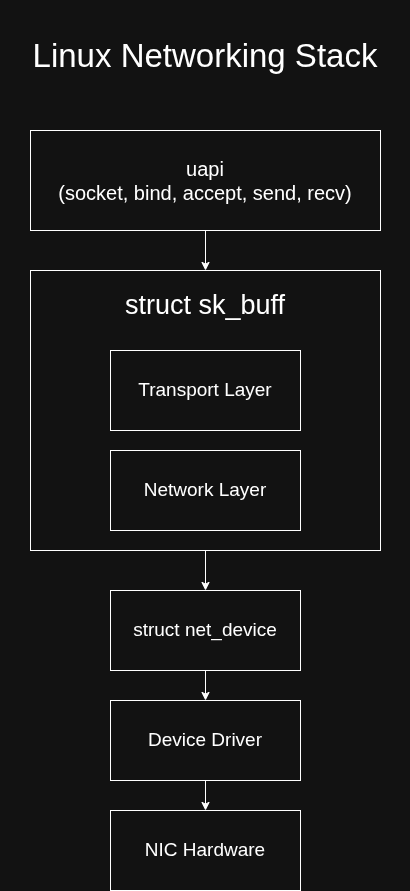
Above: images/linux-networking-stack.png in San7o/home-lab (draw.io), before the change. Source tidied: cells renumbered, new cells last; positions are measured from the earlier drawing's top-left corner, leaving out a move shared by most shapes.
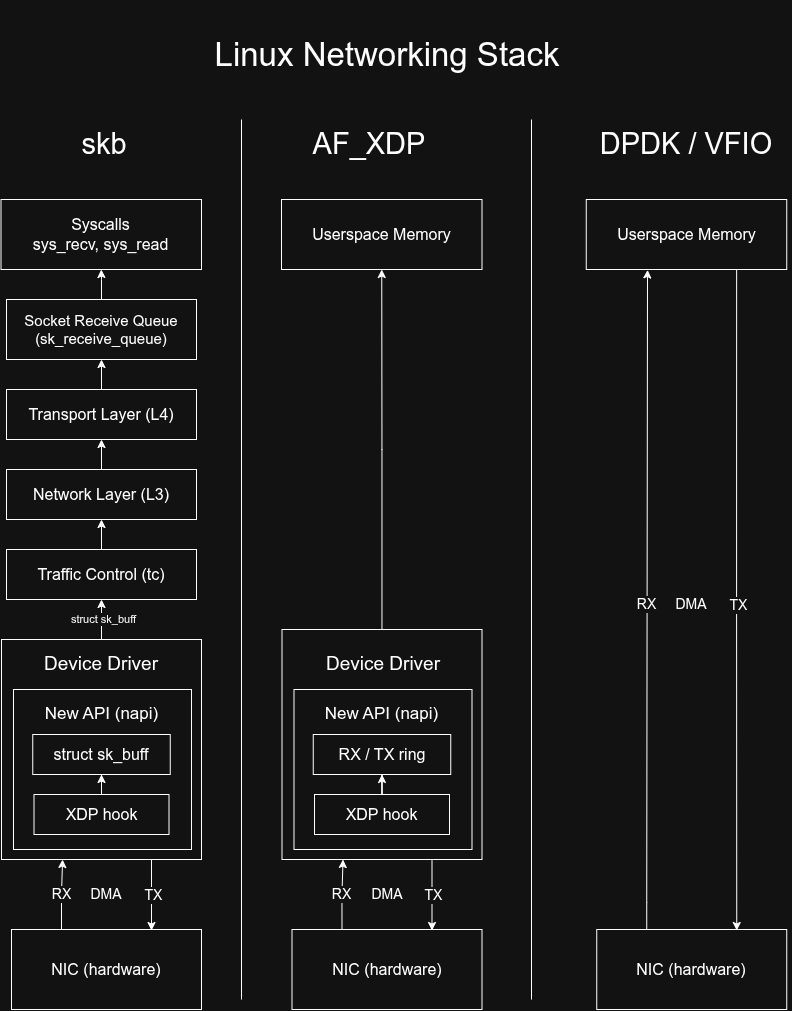
Later version of the same file.

Commit message:
images: updated linux networking stack with AF_XDP and DPDK

The edit, as a diff of the source:
```diff
@@ -3,43 +3,210 @@
     <mxCell id="0" />
     <mxCell id="1" parent="0" />
     <mxCell id="2" value="Linux Networking Stack" style="text;html=1;whiteSpace=wrap;strokeColor=none;fillColor=none;align=center;verticalAlign=middle;rounded=0;fontSize=33;" parent="1" vertex="1">
-      <mxGeometry width="410" height="110" as="geometry" />
+      <mxGeometry x="280.5" y="60" width="410" height="110" as="geometry" />
     </mxCell>
-    <mxCell id="3" style="edgeStyle=orthogonalEdgeStyle;rounded=0;jettySize=auto;html=1;entryX=0.5;entryY=0;entryDx=0;entryDy=0;" parent="1" edge="1" source="4" target="6">
-      <mxGeometry relative="1" as="geometry" />
-    </mxCell>
-    <mxCell id="4" value="&lt;font style=&quot;font-size: 20px;&quot;&gt;uapi&lt;/font&gt;&lt;div&gt;&lt;font style=&quot;font-size: 20px;&quot;&gt;(socket, bind, accept, send, recv)&lt;/font&gt;&lt;/div&gt;" style="rounded=0;whiteSpace=wrap;html=1;" parent="1" vertex="1">
-      <mxGeometry x="30" y="130" width="350" height="100" as="geometry" />
+    <mxCell id="4" value="&lt;span&gt;Syscalls&lt;br&gt;sys_recv, sys_read&lt;/span&gt;" style="rounded=0;whiteSpace=wrap;html=1;fontSize=16;" parent="1" vertex="1">
+      <mxGeometry x="99.5" y="260" width="200.5" height="70" as="geometry" />
     </mxCell>
-    <mxCell id="5" style="edgeStyle=orthogonalEdgeStyle;rounded=0;jettySize=auto;html=1;entryX=0.5;entryY=0;entryDx=0;entryDy=0;" parent="1" edge="1" source="6" target="11">
-      <mxGeometry relative="1" as="geometry" />
-    </mxCell>
-    <mxCell id="6" style="rounded=0;whiteSpace=wrap;html=1;" parent="1" vertex="1">
-      <mxGeometry x="30" y="270" width="350" height="280" as="geometry" />
-    </mxCell>
+    <mxCell id="15" style="edgeStyle=orthogonalEdgeStyle;rounded=0;jettySize=auto;html=1;entryX=0.5;entryY=1;entryDx=0;entryDy=0;" parent="1" edge="1" source="8" target="32">
+      <mxGeometry relative="1" as="geometry" />
+    </mxCell>
+    <mxCell id="8" value="Transport Layer (L4)" style="rounded=0;whiteSpace=wrap;html=1;fontSize=16;" parent="1" vertex="1">
+      <mxGeometry x="105" y="450" width="190" height="50" as="geometry" />
+    </mxCell>
+    <mxCell id="16" style="edgeStyle=orthogonalEdgeStyle;rounded=0;jettySize=auto;html=1;entryX=0.5;entryY=1;entryDx=0;entryDy=0;" parent="1" edge="1" source="9" target="8">
+      <mxGeometry relative="1" as="geometry" />
+    </mxCell>
+    <mxCell id="9" value="Network Layer (L3)" style="rounded=0;whiteSpace=wrap;html=1;fontSize=16;" parent="1" vertex="1">
+      <mxGeometry x="105" y="530" width="190" height="50" as="geometry" />
+    </mxCell>
+    <mxCell id="17" style="edgeStyle=orthogonalEdgeStyle;rounded=0;jettySize=auto;html=1;" parent="1" edge="1" source="13" target="21">
+      <mxGeometry relative="1" as="geometry" />
+    </mxCell>
-    <mxCell id="7" value="struct sk_buff" style="text;html=1;whiteSpace=wrap;strokeColor=none;fillColor=none;align=center;verticalAlign=middle;rounded=0;fontSize=27;" parent="1" vertex="1">
-      <mxGeometry x="110" y="280" width="190" height="50" as="geometry" />
+    <mxCell id="7" value="struct sk_buff" style="edgeLabel;html=1;align=center;verticalAlign=middle;" parent="17" vertex="1">
+      <mxGeometry x="-0.23" y="2" relative="1" as="geometry">
+        <mxPoint x="3" y="-5" as="offset" />
+      </mxGeometry>
     </mxCell>
-    <mxCell id="8" value="Transport Layer" style="rounded=0;whiteSpace=wrap;html=1;fontSize=19;" parent="1" vertex="1">
-      <mxGeometry x="110" y="350" width="190" height="80" as="geometry" />
-    </mxCell>
-    <mxCell id="9" value="Network Layer" style="rounded=0;whiteSpace=wrap;html=1;fontSize=19;" parent="1" vertex="1">
-      <mxGeometry x="110" y="450" width="190" height="80" as="geometry" />
-    </mxCell>
-    <mxCell id="10" style="edgeStyle=orthogonalEdgeStyle;rounded=0;jettySize=auto;html=1;entryX=0.5;entryY=0;entryDx=0;entryDy=0;" parent="1" edge="1" source="11" target="13">
-      <mxGeometry relative="1" as="geometry" />
-    </mxCell>
+    <mxCell id="13" style="rounded=0;whiteSpace=wrap;html=1;fontSize=19;" parent="1" vertex="1">
+      <mxGeometry x="100" y="700" width="200" height="220" as="geometry" />
+    </mxCell>
+    <mxCell id="18" style="edgeStyle=orthogonalEdgeStyle;rounded=0;orthogonalLoop=1;jettySize=auto;html=1;" parent="1" edge="1">
+      <mxGeometry relative="1" as="geometry">
+        <mxPoint x="160" y="990" as="sourcePoint" />
+        <mxPoint x="161" y="920" as="targetPoint" />
+        <Array as="points">
+          <mxPoint x="160" y="955" />
+          <mxPoint x="161" y="955" />
+          <mxPoint x="161" y="920" />
+        </Array>
+      </mxGeometry>
+    </mxCell>
+    <mxCell id="19" value="RX" style="edgeLabel;html=1;align=center;verticalAlign=middle;fontSize=14;" parent="18" vertex="1">
+      <mxGeometry x="0.01" y="1" relative="1" as="geometry" />
+    </mxCell>
+    <mxCell id="14" value="NIC (hardware)" style="rounded=0;whiteSpace=wrap;html=1;fontSize=16;" parent="1" vertex="1">
+      <mxGeometry x="110" y="990" width="190" height="80" as="geometry" />
+    </mxCell>
+    <mxCell id="20" style="edgeStyle=orthogonalEdgeStyle;rounded=0;jettySize=auto;html=1;entryX=0.5;entryY=1;entryDx=0;entryDy=0;" parent="1" edge="1" source="21" target="9">
+      <mxGeometry relative="1" as="geometry" />
+    </mxCell>
+    <mxCell id="21" value="Traffic Control (tc)" style="rounded=0;whiteSpace=wrap;html=1;fontSize=16;" parent="1" vertex="1">
+      <mxGeometry x="105" y="610" width="190" height="50" as="geometry" />
+    </mxCell>
+    <mxCell id="22" value="Device Driver" style="text;html=1;whiteSpace=wrap;strokeColor=none;fillColor=none;align=center;verticalAlign=middle;rounded=0;fontSize=19;" parent="1" vertex="1">
+      <mxGeometry x="110" y="710" width="180" height="30" as="geometry" />
+    </mxCell>
+    <mxCell id="23" style="edgeStyle=orthogonalEdgeStyle;rounded=0;orthogonalLoop=1;jettySize=auto;html=1;" parent="1" edge="1">
+      <mxGeometry relative="1" as="geometry">
+        <mxPoint x="250" y="920" as="sourcePoint" />
+        <mxPoint x="250" y="991" as="targetPoint" />
+        <Array as="points">
+          <mxPoint x="250" y="921" />
+          <mxPoint x="250" y="991" />
+        </Array>
+      </mxGeometry>
+    </mxCell>
+    <mxCell id="24" value="TX" style="edgeLabel;html=1;align=center;verticalAlign=middle;fontSize=14;" parent="23" vertex="1">
+      <mxGeometry x="0.01" y="1" relative="1" as="geometry" />
+    </mxCell>
+    <mxCell id="25" style="rounded=0;whiteSpace=wrap;html=1;fontSize=16;" parent="1" vertex="1">
+      <mxGeometry x="112" y="750" width="178" height="160" as="geometry" />
+    </mxCell>
+    <mxCell id="26" value="DMA" style="text;html=1;whiteSpace=wrap;strokeColor=none;fillColor=none;align=center;verticalAlign=middle;rounded=0;fontSize=14;" parent="1" vertex="1">
+      <mxGeometry x="175" y="940" width="60" height="30" as="geometry" />
+    </mxCell>
+    <mxCell id="27" value="skb" style="text;html=1;whiteSpace=wrap;strokeColor=none;fillColor=none;align=center;verticalAlign=middle;rounded=0;fontSize=29;" parent="1" vertex="1">
+      <mxGeometry x="127.5" y="180" width="150" height="50" as="geometry" />
+    </mxCell>
+    <mxCell id="28" style="edgeStyle=orthogonalEdgeStyle;rounded=0;jettySize=auto;html=1;entryX=0.5;entryY=1;entryDx=0;entryDy=0;" parent="1" edge="1" source="29" target="11">
+      <mxGeometry relative="1" as="geometry" />
+    </mxCell>
+    <mxCell id="29" value="XDP hook" style="rounded=0;whiteSpace=wrap;html=1;fontSize=16;" parent="1" vertex="1">
+      <mxGeometry x="132.5" y="855" width="135" height="40" as="geometry" />
+    </mxCell>
+    <mxCell id="30" value="New API (napi)" style="text;html=1;whiteSpace=wrap;strokeColor=none;fillColor=none;align=center;verticalAlign=middle;rounded=0;fontSize=17;" parent="1" vertex="1">
+      <mxGeometry x="122.5" y="755" width="155" height="40" as="geometry" />
+    </mxCell>
-    <mxCell id="11" value="struct net_device" style="rounded=0;whiteSpace=wrap;html=1;fontSize=19;" parent="1" vertex="1">
-      <mxGeometry x="110" y="590" width="190" height="80" as="geometry" />
+    <mxCell id="11" value="struct sk_buff" style="rounded=0;whiteSpace=wrap;html=1;fontSize=16;" parent="1" vertex="1">
+      <mxGeometry x="131.2" y="795" width="137.5" height="40" as="geometry" />
     </mxCell>
-    <mxCell id="12" style="edgeStyle=orthogonalEdgeStyle;rounded=0;jettySize=auto;html=1;entryX=0.5;entryY=0;entryDx=0;entryDy=0;" parent="1" edge="1" source="13" target="14">
-      <mxGeometry relative="1" as="geometry" />
-    </mxCell>
-    <mxCell id="13" value="Device Driver" style="rounded=0;whiteSpace=wrap;html=1;fontSize=19;" parent="1" vertex="1">
-      <mxGeometry x="110" y="700" width="190" height="80" as="geometry" />
-    </mxCell>
-    <mxCell id="14" value="NIC Hardware" style="rounded=0;whiteSpace=wrap;html=1;fontSize=19;" parent="1" vertex="1">
-      <mxGeometry x="110" y="810" width="190" height="80" as="geometry" />
-    </mxCell>
+    <mxCell id="31" style="edgeStyle=orthogonalEdgeStyle;rounded=0;jettySize=auto;html=1;entryX=0.5;entryY=1;entryDx=0;entryDy=0;" parent="1" edge="1" source="32" target="4">
+      <mxGeometry relative="1" as="geometry" />
+    </mxCell>
+    <mxCell id="32" value="Socket Receive Queue (sk_receive_queue)" style="rounded=0;whiteSpace=wrap;html=1;fontSize=15;" parent="1" vertex="1">
+      <mxGeometry x="105" y="360" width="190" height="60" as="geometry" />
+    </mxCell>
+    <mxCell id="33" value="AF_XDP" style="text;html=1;whiteSpace=wrap;strokeColor=none;fillColor=none;align=center;verticalAlign=middle;rounded=0;fontSize=29;" parent="1" vertex="1">
+      <mxGeometry x="392.5" y="180" width="150" height="50" as="geometry" />
+    </mxCell>
+    <mxCell id="34" style="endArrow=none;html=1;rounded=0;" parent="1" edge="1">
+      <mxGeometry relative="1" as="geometry">
+        <mxPoint x="340" y="1060" as="sourcePoint" />
+        <mxPoint x="340" y="180" as="targetPoint" />
+      </mxGeometry>
+    </mxCell>
+    <mxCell id="35" value="Userspace Memory" style="rounded=0;whiteSpace=wrap;html=1;fontSize=16;" parent="1" vertex="1">
+      <mxGeometry x="380" y="260" width="200.5" height="70" as="geometry" />
+    </mxCell>
+    <mxCell id="36" style="edgeStyle=orthogonalEdgeStyle;rounded=0;jettySize=auto;html=1;entryX=0.5;entryY=1;entryDx=0;entryDy=0;" parent="1" edge="1" source="37" target="35">
+      <mxGeometry relative="1" as="geometry" />
+    </mxCell>
+    <mxCell id="37" style="rounded=0;whiteSpace=wrap;html=1;fontSize=19;" parent="1" vertex="1">
+      <mxGeometry x="380.5" y="690" width="200" height="230" as="geometry" />
+    </mxCell>
+    <mxCell id="38" style="edgeStyle=orthogonalEdgeStyle;rounded=0;orthogonalLoop=1;jettySize=auto;html=1;" parent="1" edge="1">
+      <mxGeometry relative="1" as="geometry">
+        <mxPoint x="440.5" y="990" as="sourcePoint" />
+        <mxPoint x="441.5" y="920" as="targetPoint" />
+        <Array as="points">
+          <mxPoint x="440.5" y="955" />
+          <mxPoint x="441.5" y="955" />
+          <mxPoint x="441.5" y="920" />
+        </Array>
+      </mxGeometry>
+    </mxCell>
+    <mxCell id="39" value="RX" style="edgeLabel;html=1;align=center;verticalAlign=middle;fontSize=14;" parent="38" vertex="1">
+      <mxGeometry x="0.01" y="1" relative="1" as="geometry" />
+    </mxCell>
+    <mxCell id="40" value="NIC (hardware)" style="rounded=0;whiteSpace=wrap;html=1;fontSize=16;" parent="1" vertex="1">
+      <mxGeometry x="390.5" y="990" width="190" height="80" as="geometry" />
+    </mxCell>
+    <mxCell id="41" value="Device Driver" style="text;html=1;whiteSpace=wrap;strokeColor=none;fillColor=none;align=center;verticalAlign=middle;rounded=0;fontSize=19;" parent="1" vertex="1">
+      <mxGeometry x="391.5" y="710" width="180" height="30" as="geometry" />
+    </mxCell>
+    <mxCell id="42" style="edgeStyle=orthogonalEdgeStyle;rounded=0;orthogonalLoop=1;jettySize=auto;html=1;" parent="1" edge="1">
+      <mxGeometry relative="1" as="geometry">
+        <mxPoint x="530.5" y="920" as="sourcePoint" />
+        <mxPoint x="530.5" y="991" as="targetPoint" />
+        <Array as="points">
+          <mxPoint x="530.5" y="921" />
+          <mxPoint x="530.5" y="991" />
+        </Array>
+      </mxGeometry>
+    </mxCell>
+    <mxCell id="43" value="TX" style="edgeLabel;html=1;align=center;verticalAlign=middle;fontSize=14;" parent="42" vertex="1">
+      <mxGeometry x="0.01" y="1" relative="1" as="geometry" />
+    </mxCell>
+    <mxCell id="44" style="rounded=0;whiteSpace=wrap;html=1;fontSize=16;" parent="1" vertex="1">
+      <mxGeometry x="392.5" y="750" width="178" height="160" as="geometry" />
+    </mxCell>
+    <mxCell id="45" value="DMA" style="text;html=1;whiteSpace=wrap;strokeColor=none;fillColor=none;align=center;verticalAlign=middle;rounded=0;fontSize=14;" parent="1" vertex="1">
+      <mxGeometry x="455.5" y="940" width="60" height="30" as="geometry" />
+    </mxCell>
+    <mxCell id="46" style="edgeStyle=orthogonalEdgeStyle;rounded=0;jettySize=auto;html=1;entryX=0.5;entryY=1;entryDx=0;entryDy=0;" parent="1" edge="1" source="47" target="49">
+      <mxGeometry relative="1" as="geometry" />
+    </mxCell>
+    <mxCell id="47" value="XDP hook" style="rounded=0;whiteSpace=wrap;html=1;fontSize=16;" parent="1" vertex="1">
+      <mxGeometry x="413" y="855" width="135" height="40" as="geometry" />
+    </mxCell>
+    <mxCell id="48" value="New API (napi)" style="text;html=1;whiteSpace=wrap;strokeColor=none;fillColor=none;align=center;verticalAlign=middle;rounded=0;fontSize=17;" parent="1" vertex="1">
+      <mxGeometry x="402.8" y="755" width="155" height="40" as="geometry" />
+    </mxCell>
+    <mxCell id="49" value="RX / TX ring" style="rounded=0;whiteSpace=wrap;html=1;fontSize=16;" parent="1" vertex="1">
+      <mxGeometry x="411.8" y="795" width="137.5" height="40" as="geometry" />
+    </mxCell>
+    <mxCell id="50" value="DPDK / VFIO" style="text;html=1;whiteSpace=wrap;strokeColor=none;fillColor=none;align=center;verticalAlign=middle;rounded=0;fontSize=29;" parent="1" vertex="1">
+      <mxGeometry x="680" y="180" width="210" height="50" as="geometry" />
+    </mxCell>
+    <mxCell id="51" style="endArrow=none;html=1;rounded=0;" parent="1" edge="1">
+      <mxGeometry relative="1" as="geometry">
+        <mxPoint x="630" y="1060" as="sourcePoint" />
+        <mxPoint x="630" y="180" as="targetPoint" />
+      </mxGeometry>
+    </mxCell>
+    <mxCell id="52" value="Userspace Memory" style="rounded=0;whiteSpace=wrap;html=1;fontSize=16;" parent="1" vertex="1">
+      <mxGeometry x="684.8" y="260" width="200.5" height="70" as="geometry" />
+    </mxCell>
+    <mxCell id="53" style="edgeStyle=orthogonalEdgeStyle;rounded=0;jettySize=auto;html=1;entryX=0.306;entryY=1.006;entryDx=0;entryDy=0;entryPerimeter=0;" parent="1" edge="1" target="52">
+      <mxGeometry relative="1" as="geometry">
+        <mxPoint x="745.2" y="998.1" as="sourcePoint" />
+        <Array as="points">
+          <mxPoint x="745" y="963" />
+          <mxPoint x="746" y="963" />
+          <mxPoint x="746" y="333" />
+          <mxPoint x="746" y="333" />
+        </Array>
+      </mxGeometry>
+    </mxCell>
+    <mxCell id="54" value="RX" style="edgeLabel;html=1;align=center;verticalAlign=middle;fontSize=14;" parent="53" vertex="1">
+      <mxGeometry x="0.01" y="1" relative="1" as="geometry">
+        <mxPoint y="5" as="offset" />
+      </mxGeometry>
+    </mxCell>
+    <mxCell id="55" value="NIC (hardware)" style="rounded=0;whiteSpace=wrap;html=1;fontSize=16;" parent="1" vertex="1">
+      <mxGeometry x="695.2" y="990" width="190" height="80" as="geometry" />
+    </mxCell>
+    <mxCell id="56" style="edgeStyle=orthogonalEdgeStyle;rounded=0;jettySize=auto;html=1;exitX=0.75;exitY=1;exitDx=0;exitDy=0;" parent="1" edge="1" source="52">
+      <mxGeometry relative="1" as="geometry">
+        <mxPoint x="835.2" y="991" as="targetPoint" />
+      </mxGeometry>
+    </mxCell>
+    <mxCell id="57" value="TX" style="edgeLabel;html=1;align=center;verticalAlign=middle;fontSize=14;" parent="56" vertex="1">
+      <mxGeometry x="0.01" y="1" relative="1" as="geometry" />
+    </mxCell>
+    <mxCell id="58" value="DMA" style="text;html=1;whiteSpace=wrap;strokeColor=none;fillColor=none;align=center;verticalAlign=middle;rounded=0;fontSize=14;" parent="1" vertex="1">
+      <mxGeometry x="760.2" y="650" width="60" height="30" as="geometry" />
+    </mxCell>
   </root>
 </mxGraphModel>
```
